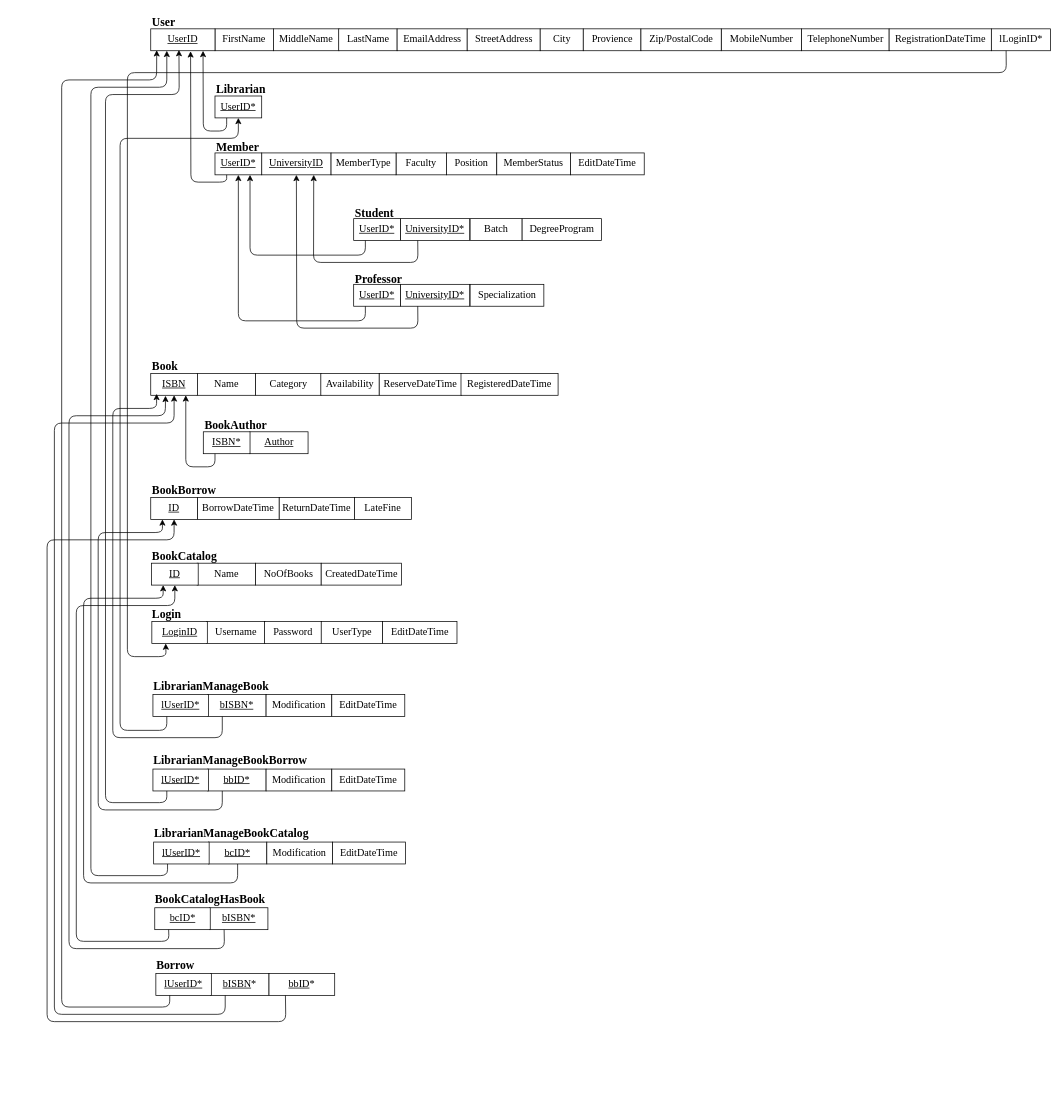
Earlier version of the draw.io diagram Documentation/Database/2.RelationalMapping/lsulibraryDB_RelationalMapping.drawio (hvlhasanka/Pearson_HND_Computing_Y1S2-Unit10_Web_Design_and_Development). Source tidied: cells renumbered, new cells numbered last; positions are measured from the earlier drawing's top-left corner, leaving out a move shared by most shapes. Both pictures are drawn from the tidied source at 73%, with x=0, y=0 at pixel (47, 12).
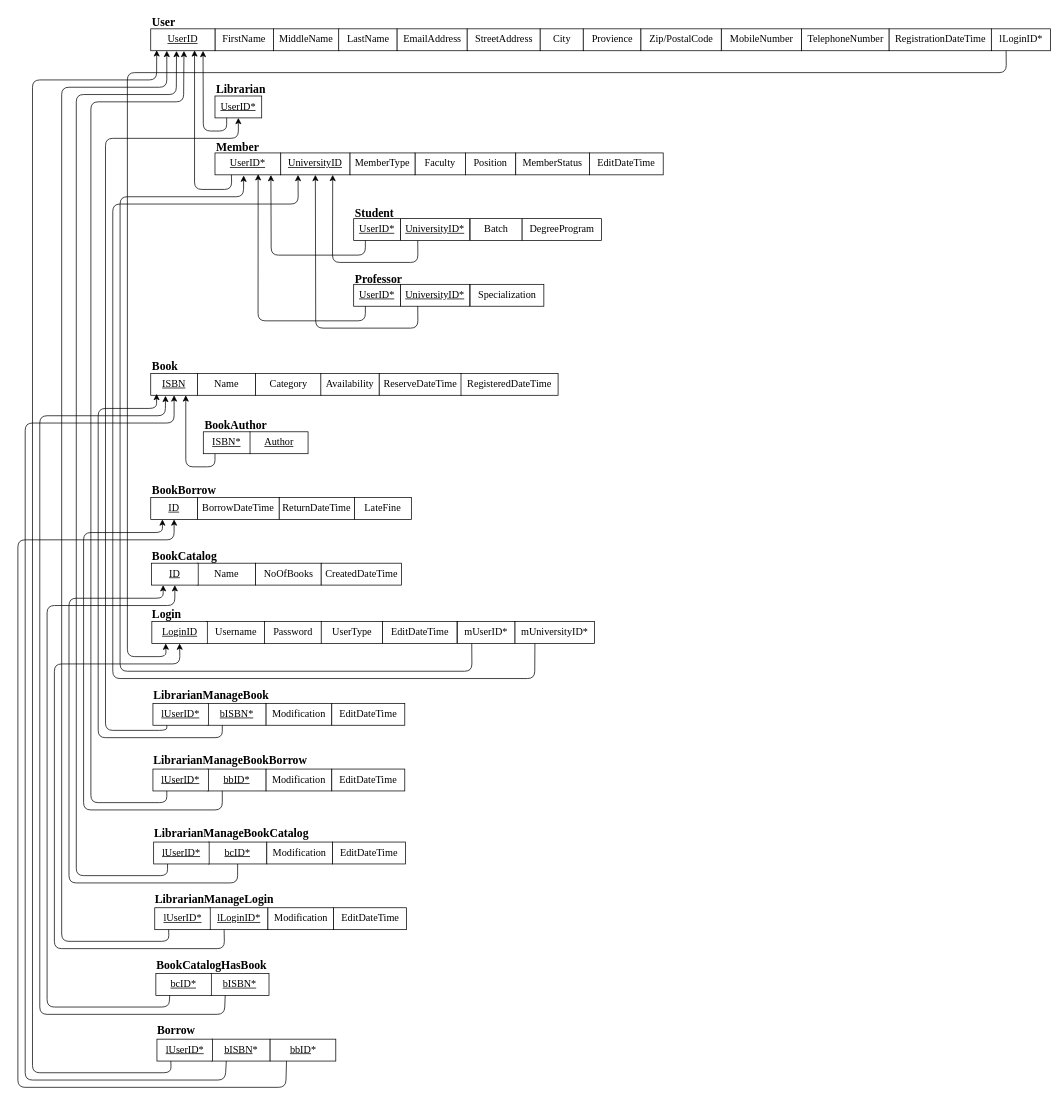
Above is the later version.

Unchanged cells that the change refers to:
```xml
<mxCell id="8" value="UserID" style="rounded=0;whiteSpace=wrap;html=1;fontSize=14;fontFamily=Times New Roman;fontStyle=4;" parent="1" vertex="1">
  <mxGeometry x="142" y="22" width="88" height="30" as="geometry" />
</mxCell>
<mxCell id="16" value="UserID*" style="rounded=0;whiteSpace=wrap;html=1;fontSize=14;fontFamily=Times New Roman;fontStyle=4;" parent="1" vertex="1">
  <mxGeometry x="230" y="114" width="64" height="30" as="geometry" />
</mxCell>
<mxCell id="26" value="UniversityID*" style="rounded=0;whiteSpace=wrap;html=1;fontSize=14;fontFamily=Times New Roman;fontStyle=4;" parent="1" vertex="1">
  <mxGeometry x="484" y="282" width="95" height="30" as="geometry" />
</mxCell>
<mxCell id="29" value="UserID*" style="rounded=0;whiteSpace=wrap;html=1;fontSize=14;fontFamily=Times New Roman;fontStyle=4;" parent="1" vertex="1">
  <mxGeometry x="420" y="282" width="64" height="30" as="geometry" />
</mxCell>
<mxCell id="31" value="UniversityID*" style="rounded=0;whiteSpace=wrap;html=1;fontSize=14;fontFamily=Times New Roman;fontStyle=4;" parent="1" vertex="1">
  <mxGeometry x="484" y="372" width="95" height="30" as="geometry" />
</mxCell>
<mxCell id="33" value="UserID*" style="rounded=0;whiteSpace=wrap;html=1;fontSize=14;fontFamily=Times New Roman;fontStyle=4;" parent="1" vertex="1">
  <mxGeometry x="420" y="372" width="64" height="30" as="geometry" />
</mxCell>
<mxCell id="45" value="ISBN" style="rounded=0;whiteSpace=wrap;html=1;fontSize=14;fontFamily=Times New Roman;fontStyle=4;" parent="1" vertex="1">
  <mxGeometry x="142" y="494" width="64" height="30" as="geometry" />
</mxCell>
<mxCell id="54" value="ID" style="rounded=0;whiteSpace=wrap;html=1;fontSize=14;fontFamily=Times New Roman;fontStyle=4;" parent="1" vertex="1">
  <mxGeometry x="142" y="664" width="64" height="30" as="geometry" />
</mxCell>
<mxCell id="59" value="ID" style="rounded=0;whiteSpace=wrap;html=1;fontSize=14;fontFamily=Times New Roman;fontStyle=4;" parent="1" vertex="1">
  <mxGeometry x="143" y="754" width="64" height="30" as="geometry" />
</mxCell>
<mxCell id="64" value="LoginID" style="rounded=0;whiteSpace=wrap;html=1;fontSize=14;fontFamily=Times New Roman;fontStyle=4;" parent="1" vertex="1">
  <mxGeometry x="143.5" y="834" width="76" height="30" as="geometry" />
</mxCell>
<mxCell id="77" value="&lt;u&gt;bbID*&lt;/u&gt;" style="rounded=0;whiteSpace=wrap;html=1;fontSize=14;fontFamily=Times New Roman;" parent="1" vertex="1">
  <mxGeometry x="220" y="1036" width="80" height="30" as="geometry" />
</mxCell>
<mxCell id="78" value="lUserID*" style="rounded=0;whiteSpace=wrap;html=1;fontSize=14;fontFamily=Times New Roman;fontStyle=4;" parent="1" vertex="1">
  <mxGeometry x="145" y="1036" width="76" height="30" as="geometry" />
</mxCell>
<mxCell id="82" value="&lt;u&gt;bcID*&lt;/u&gt;" style="rounded=0;whiteSpace=wrap;html=1;fontSize=14;fontFamily=Times New Roman;" parent="1" vertex="1">
  <mxGeometry x="221" y="1136" width="80" height="30" as="geometry" />
</mxCell>
<mxCell id="83" value="lUserID*" style="rounded=0;whiteSpace=wrap;html=1;fontSize=14;fontFamily=Times New Roman;fontStyle=4;" parent="1" vertex="1">
  <mxGeometry x="146" y="1136" width="76" height="30" as="geometry" />
</mxCell>
```

Diff of the diagram source:
```diff
@@
     <mxCell id="18" value="UniversityID" style="rounded=0;whiteSpace=wrap;html=1;fontSize=14;fontFamily=Times New Roman;fontStyle=4;" parent="1" vertex="1">
-      <mxGeometry x="294" y="192" width="95" height="30" as="geometry" />
+      <mxGeometry x="320" y="192" width="95" height="30" as="geometry" />
     </mxCell>
     <mxCell id="19" value="Faculty" style="rounded=0;whiteSpace=wrap;html=1;fontSize=14;fontFamily=Times New Roman;" parent="1" vertex="1">
-      <mxGeometry x="478" y="192" width="69" height="30" as="geometry" />
+      <mxGeometry x="504" y="192" width="69" height="30" as="geometry" />
     </mxCell>
     <mxCell id="20" value="MemberType" style="rounded=0;whiteSpace=wrap;html=1;fontSize=14;fontFamily=Times New Roman;" parent="1" vertex="1">
-      <mxGeometry x="389" y="192" width="89" height="30" as="geometry" />
+      <mxGeometry x="415" y="192" width="89" height="30" as="geometry" />
     </mxCell>
     <mxCell id="21" value="Position" style="rounded=0;whiteSpace=wrap;html=1;fontSize=14;fontFamily=Times New Roman;" parent="1" vertex="1">
-      <mxGeometry x="547" y="192" width="69" height="30" as="geometry" />
+      <mxGeometry x="573" y="192" width="69" height="30" as="geometry" />
     </mxCell>
     <mxCell id="22" value="MemberStatus" style="rounded=0;whiteSpace=wrap;html=1;fontSize=14;fontFamily=Times New Roman;" parent="1" vertex="1">
-      <mxGeometry x="616" y="192" width="101" height="30" as="geometry" />
+      <mxGeometry x="642" y="192" width="101" height="30" as="geometry" />
     </mxCell>
     <mxCell id="23" value="EditDateTime" style="rounded=0;whiteSpace=wrap;html=1;fontSize=14;fontFamily=Times New Roman;" parent="1" vertex="1">
-      <mxGeometry x="717" y="192" width="101" height="30" as="geometry" />
+      <mxGeometry x="743" y="192" width="101" height="30" as="geometry" />
     </mxCell>
     <mxCell id="24" value="UserID*" style="rounded=0;whiteSpace=wrap;html=1;fontSize=14;fontFamily=Times New Roman;fontStyle=4;" parent="1" vertex="1">
-      <mxGeometry x="230" y="192" width="64" height="30" as="geometry" />
+      <mxGeometry x="230" y="192" width="90" height="30" as="geometry" />
     </mxCell>
@@
-    <mxCell id="35" style="endArrow=classic;html=1;entryX=0.62;entryY=1.025;entryDx=0;entryDy=0;entryPerimeter=0;exitX=0.25;exitY=1;exitDx=0;exitDy=0;" parent="1" edge="1" source="24" target="8">
+    <mxCell id="35" style="endArrow=classic;html=1;entryX=0.682;entryY=0.981;entryDx=0;entryDy=0;entryPerimeter=0;exitX=0.25;exitY=1;exitDx=0;exitDy=0;" parent="1" edge="1" source="24" target="8">
       <mxGeometry relative="1" as="geometry">
         <Array as="points">
-          <mxPoint x="246" y="232" />
-          <mxPoint x="197" y="232" />
+          <mxPoint x="253" y="242" />
+          <mxPoint x="202" y="242" />
         </Array>
       </mxGeometry>
     </mxCell>
-    <mxCell id="36" style="endArrow=classic;html=1;entryX=0.75;entryY=1;entryDx=0;entryDy=0;exitX=0.25;exitY=1;exitDx=0;exitDy=0;" parent="1" edge="1" source="29" target="24">
+    <mxCell id="36" style="endArrow=classic;html=1;exitX=0.25;exitY=1;exitDx=0;exitDy=0;entryX=0.851;entryY=1.006;entryDx=0;entryDy=0;entryPerimeter=0;" parent="1" edge="1" source="29" target="24">
       <mxGeometry relative="1" as="geometry">
         <Array as="points">
           <mxPoint x="436" y="332" />
-          <mxPoint x="278" y="332" />
+          <mxPoint x="307" y="332" />
         </Array>
       </mxGeometry>
     </mxCell>
-    <mxCell id="37" style="endArrow=classic;html=1;entryX=0.5;entryY=1;entryDx=0;entryDy=0;exitX=0.25;exitY=1;exitDx=0;exitDy=0;" parent="1" edge="1" source="33" target="24">
+    <mxCell id="37" style="endArrow=classic;html=1;entryX=0.657;entryY=0.968;entryDx=0;entryDy=0;exitX=0.25;exitY=1;exitDx=0;exitDy=0;entryPerimeter=0;" parent="1" edge="1" source="33" target="24">
       <mxGeometry relative="1" as="geometry">
         <Array as="points">
           <mxPoint x="436" y="422" />
-          <mxPoint x="262" y="422" />
+          <mxPoint x="289" y="422" />
         </Array>
       </mxGeometry>
     </mxCell>
     <mxCell id="38" style="endArrow=classic;html=1;entryX=0.75;entryY=1;entryDx=0;entryDy=0;exitX=0.25;exitY=1;exitDx=0;exitDy=0;" parent="1" edge="1" source="26" target="18">
       <mxGeometry relative="1" as="geometry">
         <Array as="points">
           <mxPoint x="508" y="342" />
-          <mxPoint x="365" y="342" />
+          <mxPoint x="391" y="342" />
         </Array>
       </mxGeometry>
     </mxCell>
     <mxCell id="39" style="endArrow=classic;html=1;entryX=0.5;entryY=1;entryDx=0;entryDy=0;exitX=0.25;exitY=1;exitDx=0;exitDy=0;" parent="1" edge="1" source="31" target="18">
       <mxGeometry relative="1" as="geometry">
         <Array as="points">
           <mxPoint x="508" y="432" />
-          <mxPoint x="342" y="432" />
+          <mxPoint x="368" y="432" />
         </Array>
       </mxGeometry>
     </mxCell>
@@
     <mxCell id="69" value="&lt;font face=&quot;Times New Roman&quot;&gt;LibrarianManageBook&lt;/font&gt;" style="text;html=1;align=left;verticalAlign=top;spacingTop=-4;fontSize=16;fontStyle=1;" parent="1" vertex="1">
-      <mxGeometry x="143.5" y="910" width="160" height="20" as="geometry" />
+      <mxGeometry x="143.5" y="922" width="160" height="20" as="geometry" />
     </mxCell>
     <mxCell id="70" value="&lt;u&gt;bISBN*&lt;/u&gt;" style="rounded=0;whiteSpace=wrap;html=1;fontSize=14;fontFamily=Times New Roman;" parent="1" vertex="1">
-      <mxGeometry x="220" y="934" width="80" height="30" as="geometry" />
+      <mxGeometry x="220" y="946" width="80" height="30" as="geometry" />
     </mxCell>
     <mxCell id="71" value="lUserID*" style="rounded=0;whiteSpace=wrap;html=1;fontSize=14;fontFamily=Times New Roman;fontStyle=4;" parent="1" vertex="1">
-      <mxGeometry x="145" y="934" width="76" height="30" as="geometry" />
+      <mxGeometry x="145" y="946" width="76" height="30" as="geometry" />
     </mxCell>
     <mxCell id="72" value="Modification" style="rounded=0;whiteSpace=wrap;html=1;fontSize=14;fontFamily=Times New Roman;" parent="1" vertex="1">
-      <mxGeometry x="300" y="934" width="90" height="30" as="geometry" />
+      <mxGeometry x="300" y="946" width="90" height="30" as="geometry" />
     </mxCell>
     <mxCell id="73" value="EditDateTime" style="rounded=0;whiteSpace=wrap;html=1;fontSize=14;fontFamily=Times New Roman;" parent="1" vertex="1">
-      <mxGeometry x="390" y="934" width="100" height="30" as="geometry" />
+      <mxGeometry x="390" y="946" width="100" height="30" as="geometry" />
     </mxCell>
     <mxCell id="74" style="endArrow=classic;html=1;entryX=0.5;entryY=1;entryDx=0;entryDy=0;exitX=0.25;exitY=1;exitDx=0;exitDy=0;" parent="1" edge="1" source="71" target="16">
       <mxGeometry relative="1" as="geometry">
         <Array as="points">
           <mxPoint x="164" y="983" />
-          <mxPoint x="100" y="983" />
-          <mxPoint x="100" y="172" />
+          <mxPoint x="80" y="983" />
+          <mxPoint x="80" y="172" />
           <mxPoint x="262" y="172" />
         </Array>
       </mxGeometry>
     </mxCell>
     <mxCell id="75" style="endArrow=classic;html=1;exitX=0.25;exitY=1;exitDx=0;exitDy=0;entryX=0.125;entryY=0.933;entryDx=0;entryDy=0;entryPerimeter=0;" parent="1" edge="1" source="70" target="45">
       <mxGeometry relative="1" as="geometry">
         <Array as="points">
           <mxPoint x="240" y="993" />
-          <mxPoint x="90" y="993" />
-          <mxPoint x="90" y="542" />
+          <mxPoint x="70" y="993" />
+          <mxPoint x="70" y="542" />
           <mxPoint x="150" y="542" />
         </Array>
       </mxGeometry>
     </mxCell>
@@
-    <mxCell id="86" style="endArrow=classic;html=1;exitX=0.25;exitY=1;exitDx=0;exitDy=0;entryX=0.439;entryY=0.966;entryDx=0;entryDy=0;entryPerimeter=0;" parent="1" edge="1" source="78" target="8">
+    <mxCell id="86" style="endArrow=classic;html=1;exitX=0.25;exitY=1;exitDx=0;exitDy=0;entryX=0.517;entryY=1.007;entryDx=0;entryDy=0;entryPerimeter=0;" parent="1" edge="1" source="78" target="8">
       <mxGeometry relative="1" as="geometry">
         <Array as="points">
           <mxPoint x="164" y="1082" />
-          <mxPoint x="80" y="1082" />
-          <mxPoint x="80" y="112" />
-          <mxPoint x="181" y="112" />
+          <mxPoint x="60" y="1082" />
+          <mxPoint x="60" y="122" />
+          <mxPoint x="187" y="122" />
         </Array>
       </mxGeometry>
     </mxCell>
     <mxCell id="87" style="endArrow=classic;html=1;exitX=0.25;exitY=1;exitDx=0;exitDy=0;entryX=0.25;entryY=1;entryDx=0;entryDy=0;" parent="1" edge="1" source="77" target="54">
       <mxGeometry relative="1" as="geometry">
         <Array as="points">
           <mxPoint x="240" y="1092" />
-          <mxPoint x="70" y="1092" />
-          <mxPoint x="70" y="712" />
+          <mxPoint x="50" y="1092" />
+          <mxPoint x="50" y="712" />
           <mxPoint x="158" y="712" />
         </Array>
       </mxGeometry>
     </mxCell>
-    <mxCell id="88" style="endArrow=classic;html=1;exitX=0.25;exitY=1;exitDx=0;exitDy=0;entryX=0.25;entryY=1;entryDx=0;entryDy=0;" parent="1" edge="1" source="83" target="8">
+    <mxCell id="88" style="endArrow=classic;html=1;exitX=0.25;exitY=1;exitDx=0;exitDy=0;entryX=0.401;entryY=1.007;entryDx=0;entryDy=0;entryPerimeter=0;" parent="1" edge="1" source="83" target="8">
       <mxGeometry relative="1" as="geometry">
         <Array as="points">
           <mxPoint x="165" y="1182" />
-          <mxPoint x="60" y="1182" />
-          <mxPoint x="60" y="102" />
-          <mxPoint x="164" y="102" />
+          <mxPoint x="40" y="1182" />
+          <mxPoint x="40" y="112" />
+          <mxPoint x="177" y="112" />
         </Array>
       </mxGeometry>
     </mxCell>
     <mxCell id="89" style="endArrow=classic;html=1;entryX=0.25;entryY=1;entryDx=0;entryDy=0;" parent="1" edge="1" source="82" target="59">
       <mxGeometry relative="1" as="geometry">
         <Array as="points">
           <mxPoint x="261" y="1192" />
-          <mxPoint x="50" y="1192" />
-          <mxPoint x="50" y="802" />
+          <mxPoint x="30" y="1192" />
+          <mxPoint x="30" y="802" />
           <mxPoint x="159" y="802" />
         </Array>
       </mxGeometry>
     </mxCell>
     <mxCell id="90" value="&lt;font face=&quot;Times New Roman&quot;&gt;BookCatalogHasBook&lt;/font&gt;" style="text;html=1;align=left;verticalAlign=top;spacingTop=-4;fontSize=16;fontStyle=1;" parent="1" vertex="1">
-      <mxGeometry x="146" y="1202" width="160" height="20" as="geometry" />
+      <mxGeometry x="147.5" y="1292" width="160" height="20" as="geometry" />
     </mxCell>
     <mxCell id="91" value="&lt;u&gt;bISBN*&lt;/u&gt;" style="rounded=0;whiteSpace=wrap;html=1;fontSize=14;fontFamily=Times New Roman;" parent="1" vertex="1">
-      <mxGeometry x="222.5" y="1226" width="80" height="30" as="geometry" />
+      <mxGeometry x="224" y="1316" width="80" height="30" as="geometry" />
     </mxCell>
     <mxCell id="92" value="bcID*" style="rounded=0;whiteSpace=wrap;html=1;fontSize=14;fontFamily=Times New Roman;fontStyle=4;" parent="1" vertex="1">
-      <mxGeometry x="147.5" y="1226" width="76" height="30" as="geometry" />
+      <mxGeometry x="149" y="1316" width="76" height="30" as="geometry" />
     </mxCell>
     <mxCell id="93" style="endArrow=classic;html=1;exitX=0.25;exitY=1;exitDx=0;exitDy=0;entryX=0.5;entryY=1;entryDx=0;entryDy=0;" parent="1" edge="1" source="92" target="59">
       <mxGeometry relative="1" as="geometry">
         <Array as="points">
-          <mxPoint x="167" y="1272" />
-          <mxPoint x="40" y="1272" />
-          <mxPoint x="40" y="812" />
+          <mxPoint x="167" y="1362" />
+          <mxPoint y="1362" />
+          <mxPoint y="812" />
           <mxPoint x="175" y="812" />
         </Array>
       </mxGeometry>
     </mxCell>
     <mxCell id="94" style="endArrow=classic;html=1;exitX=0.25;exitY=1;exitDx=0;exitDy=0;entryX=0.316;entryY=1.022;entryDx=0;entryDy=0;entryPerimeter=0;" parent="1" edge="1" source="91" target="45">
       <mxGeometry relative="1" as="geometry">
         <Array as="points">
-          <mxPoint x="243" y="1282" />
-          <mxPoint x="30" y="1282" />
-          <mxPoint x="30" y="552" />
+          <mxPoint x="243" y="1372" />
+          <mxPoint x="-10" y="1372" />
+          <mxPoint x="-10" y="552" />
           <mxPoint x="162" y="552" />
         </Array>
       </mxGeometry>
     </mxCell>
     <mxCell id="95" value="&lt;font face=&quot;Times New Roman&quot;&gt;Borrow&lt;/font&gt;" style="text;html=1;align=left;verticalAlign=top;spacingTop=-4;fontSize=16;fontStyle=1;" parent="1" vertex="1">
-      <mxGeometry x="147.5" y="1292" width="60" height="20" as="geometry" />
+      <mxGeometry x="149" y="1382" width="60" height="20" as="geometry" />
     </mxCell>
     <mxCell id="96" value="&lt;u&gt;bISBN&lt;/u&gt;*" style="rounded=0;whiteSpace=wrap;html=1;fontSize=14;fontFamily=Times New Roman;" parent="1" vertex="1">
-      <mxGeometry x="224" y="1316" width="80" height="30" as="geometry" />
+      <mxGeometry x="225.5" y="1406" width="80" height="30" as="geometry" />
     </mxCell>
     <mxCell id="97" value="lUserID*" style="rounded=0;whiteSpace=wrap;html=1;fontSize=14;fontFamily=Times New Roman;fontStyle=4;" parent="1" vertex="1">
-      <mxGeometry x="149" y="1316" width="76" height="30" as="geometry" />
+      <mxGeometry x="150.5" y="1406" width="76" height="30" as="geometry" />
     </mxCell>
     <mxCell id="98" value="&lt;u&gt;bbID&lt;/u&gt;*" style="rounded=0;whiteSpace=wrap;html=1;fontSize=14;fontFamily=Times New Roman;" parent="1" vertex="1">
-      <mxGeometry x="304" y="1316" width="90" height="30" as="geometry" />
+      <mxGeometry x="305.5" y="1406" width="90" height="30" as="geometry" />
     </mxCell>
     <mxCell id="99" style="endArrow=classic;html=1;exitX=0.25;exitY=1;exitDx=0;exitDy=0;entryX=0.093;entryY=0.976;entryDx=0;entryDy=0;entryPerimeter=0;" parent="1" edge="1" source="97" target="8">
       <mxGeometry relative="1" as="geometry">
         <Array as="points">
-          <mxPoint x="168" y="1362" />
-          <mxPoint x="20" y="1362" />
-          <mxPoint x="20" y="92" />
+          <mxPoint x="170" y="1452" />
+          <mxPoint x="-20" y="1452" />
+          <mxPoint x="-20" y="92" />
           <mxPoint x="150" y="92" />
         </Array>
       </mxGeometry>
     </mxCell>
     <mxCell id="100" style="endArrow=classic;html=1;exitX=0.25;exitY=1;exitDx=0;exitDy=0;entryX=0.5;entryY=1;entryDx=0;entryDy=0;" parent="1" edge="1" source="96" target="45">
       <mxGeometry relative="1" as="geometry">
         <Array as="points">
-          <mxPoint x="244" y="1372" />
-          <mxPoint x="10" y="1372" />
-          <mxPoint x="10" y="562" />
+          <mxPoint x="244" y="1462" />
+          <mxPoint x="-30" y="1462" />
+          <mxPoint x="-30" y="562" />
           <mxPoint x="174" y="562" />
         </Array>
       </mxGeometry>
     </mxCell>
     <mxCell id="101" style="endArrow=classic;html=1;exitX=0.25;exitY=1;exitDx=0;exitDy=0;entryX=0.5;entryY=1;entryDx=0;entryDy=0;" parent="1" edge="1" source="98" target="54">
       <mxGeometry relative="1" as="geometry">
         <Array as="points">
-          <mxPoint x="327" y="1382" />
-          <mxPoint y="1382" />
-          <mxPoint y="722" />
+          <mxPoint x="327" y="1472" />
+          <mxPoint x="-40" y="1472" />
+          <mxPoint x="-40" y="722" />
           <mxPoint x="174" y="722" />
         </Array>
       </mxGeometry>
     </mxCell>
+    <mxCell id="102" value="&lt;font face=&quot;Times New Roman&quot;&gt;LibrarianManageLogin&lt;/font&gt;" style="text;html=1;align=left;verticalAlign=top;spacingTop=-4;fontSize=16;fontStyle=1;" parent="1" vertex="1">
+      <mxGeometry x="146" y="1202" width="160" height="20" as="geometry" />
+    </mxCell>
+    <mxCell id="103" value="&lt;u&gt;lLoginID*&lt;/u&gt;" style="rounded=0;whiteSpace=wrap;html=1;fontSize=14;fontFamily=Times New Roman;" parent="1" vertex="1">
+      <mxGeometry x="222.5" y="1226" width="80" height="30" as="geometry" />
+    </mxCell>
+    <mxCell id="104" value="lUserID*" style="rounded=0;whiteSpace=wrap;html=1;fontSize=14;fontFamily=Times New Roman;fontStyle=4;" parent="1" vertex="1">
+      <mxGeometry x="147.5" y="1226" width="76" height="30" as="geometry" />
+    </mxCell>
+    <mxCell id="105" value="Modification" style="rounded=0;whiteSpace=wrap;html=1;fontSize=14;fontFamily=Times New Roman;" parent="1" vertex="1">
+      <mxGeometry x="302.5" y="1226" width="90" height="30" as="geometry" />
+    </mxCell>
+    <mxCell id="106" value="EditDateTime" style="rounded=0;whiteSpace=wrap;html=1;fontSize=14;fontFamily=Times New Roman;" parent="1" vertex="1">
+      <mxGeometry x="392.5" y="1226" width="100" height="30" as="geometry" />
+    </mxCell>
+    <mxCell id="107" value="mUserID*" style="rounded=0;whiteSpace=wrap;html=1;fontSize=14;fontFamily=Times New Roman;" parent="1" vertex="1">
+      <mxGeometry x="562" y="834" width="79" height="30" as="geometry" />
+    </mxCell>
+    <mxCell id="108" value="mUniversityID*" style="rounded=0;whiteSpace=wrap;html=1;fontSize=14;fontFamily=Times New Roman;" parent="1" vertex="1">
+      <mxGeometry x="641" y="834" width="109" height="30" as="geometry" />
+    </mxCell>
+    <mxCell id="109" style="endArrow=classic;html=1;exitX=0.25;exitY=1;exitDx=0;exitDy=0;entryX=0.437;entryY=1.032;entryDx=0;entryDy=0;entryPerimeter=0;" parent="1" edge="1" source="107" target="24">
+      <mxGeometry relative="1" as="geometry">
+        <Array as="points">
+          <mxPoint x="582" y="902" />
+          <mxPoint x="100" y="902" />
+          <mxPoint x="100" y="252" />
+          <mxPoint x="269" y="252" />
+        </Array>
+      </mxGeometry>
+    </mxCell>
+    <mxCell id="110" style="endArrow=classic;html=1;exitX=0.25;exitY=1;exitDx=0;exitDy=0;entryX=0.25;entryY=1;entryDx=0;entryDy=0;" parent="1" edge="1" source="108" target="18">
+      <mxGeometry relative="1" as="geometry">
+        <Array as="points">
+          <mxPoint x="668" y="912" />
+          <mxPoint x="90" y="912" />
+          <mxPoint x="90" y="262" />
+          <mxPoint x="344" y="262" />
+        </Array>
+      </mxGeometry>
+    </mxCell>
+    <mxCell id="111" style="endArrow=classic;html=1;exitX=0.25;exitY=1;exitDx=0;exitDy=0;entryX=0.25;entryY=1;entryDx=0;entryDy=0;" parent="1" edge="1" source="104" target="8">
+      <mxGeometry relative="1" as="geometry">
+        <Array as="points">
+          <mxPoint x="167" y="1272" />
+          <mxPoint x="20" y="1272" />
+          <mxPoint x="20" y="102" />
+          <mxPoint x="164" y="102" />
+        </Array>
+      </mxGeometry>
+    </mxCell>
+    <mxCell id="112" style="endArrow=classic;html=1;exitX=0.25;exitY=1;exitDx=0;exitDy=0;entryX=0.5;entryY=1;entryDx=0;entryDy=0;" parent="1" edge="1" source="103" target="64">
+      <mxGeometry relative="1" as="geometry">
+        <Array as="points">
+          <mxPoint x="243" y="1282" />
+          <mxPoint x="10" y="1282" />
+          <mxPoint x="10" y="892" />
+          <mxPoint x="182" y="892" />
+        </Array>
+      </mxGeometry>
+    </mxCell>
```
